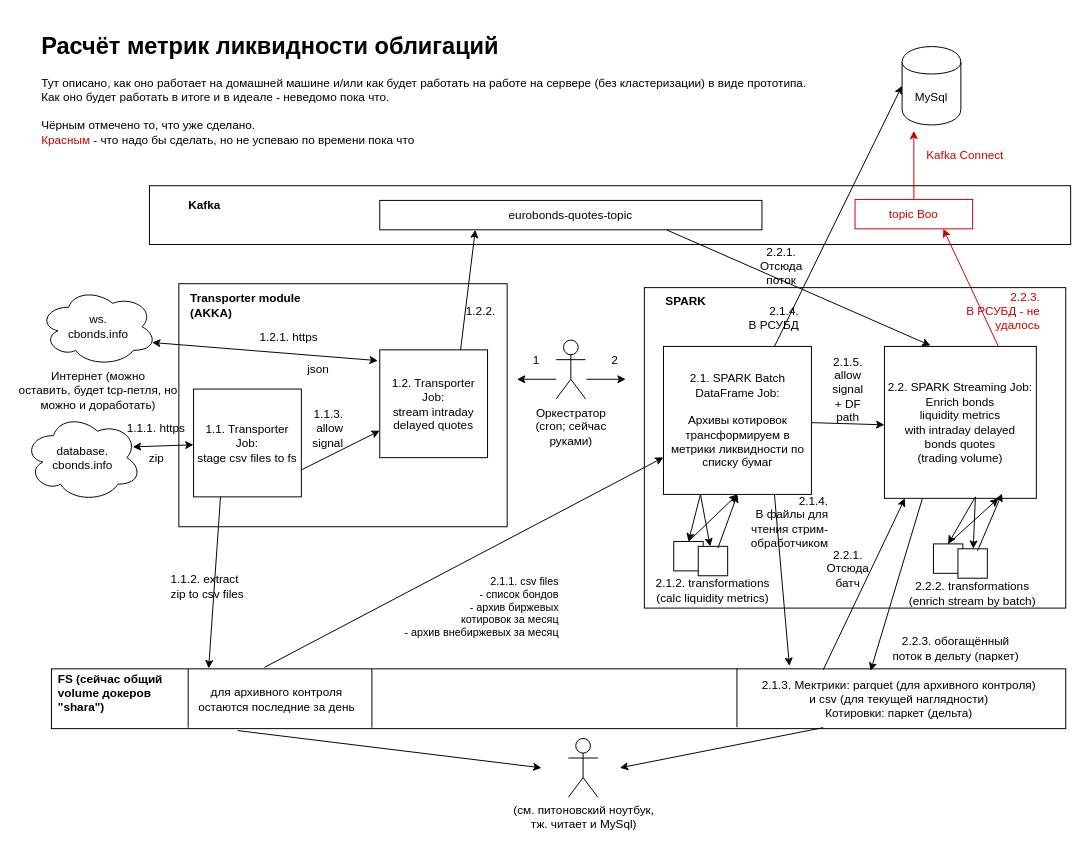
The draw.io diagram arch.drawio in sergei-baranov/eurobonds_liquidity, before the edit. Source tidied: cells renumbered, new cells numbered last; positions are measured from the earlier drawing's top-left corner, leaving out a move shared by most shapes. Both pictures are drawn from the tidied source at 98%, with x=0, y=0 at pixel (16, 26).
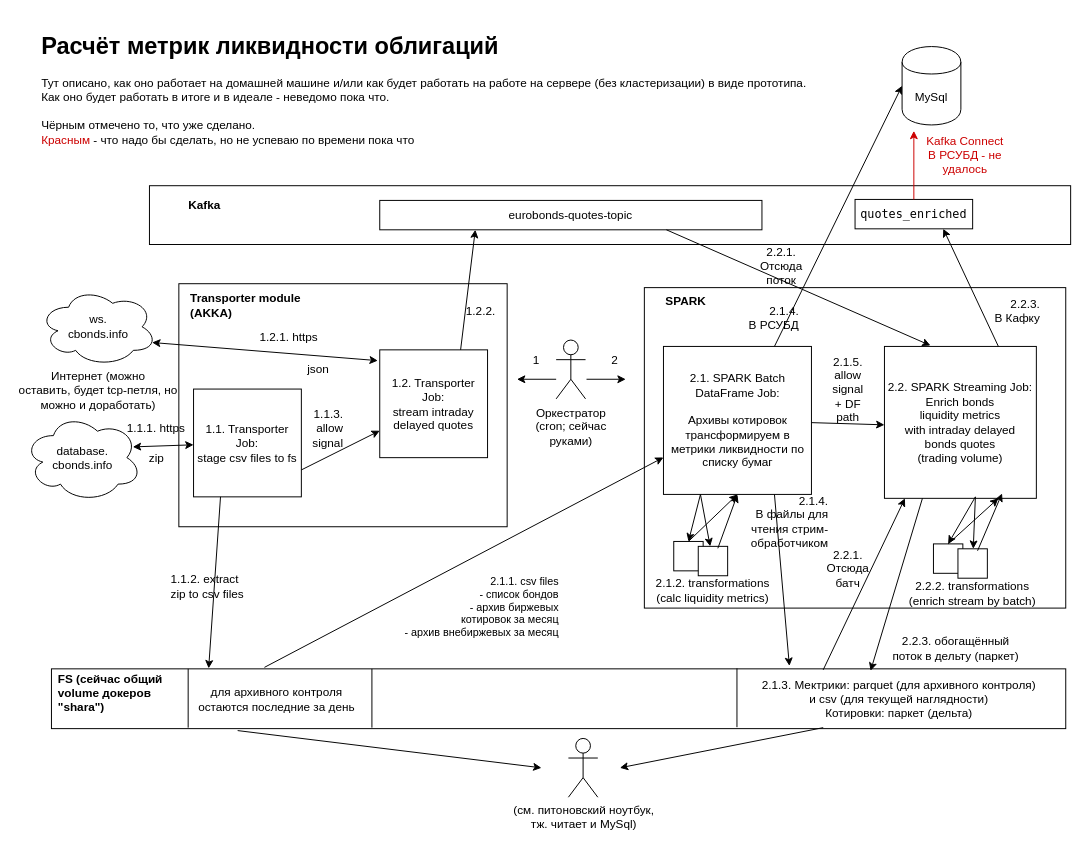
The same page after the edit.

Commit message (it also covers changes not shown here):
Kafka jdbc sink connector с MySql-драйвером запустить не удалось

Unchanged cells that the change refers to:
```xml
<mxCell id="27" value="2.2. SPARK Streaming Job:&lt;br&gt;Enrich bonds&lt;br&gt;liquidity metrics&lt;br&gt;with&amp;nbsp;intraday delayed&lt;br&gt;bonds quotes&lt;br&gt;(trading volume)" style="whiteSpace=wrap;html=1;strokeColor=#000000;" parent="1" vertex="1">
  <mxGeometry x="886" y="326" width="155" height="155" as="geometry" />
</mxCell>
```

Diff of the diagram source:
```diff
@@
-    <mxCell id="44" value="topic Boo" style="rounded=0;whiteSpace=wrap;html=1;strokeColor=#CC0000;fontColor=#CC0000;" parent="1" vertex="1">
+    <mxCell id="44" value="&lt;pre style=&quot;font-family: &amp;quot;dejavu sans mono&amp;quot;;&quot;&gt;&lt;font&gt;quotes_enriched&lt;/font&gt;&lt;/pre&gt;" style="rounded=0;whiteSpace=wrap;html=1;strokeColor=#000000;fontColor=#000000;labelBackgroundColor=none;" parent="1" vertex="1">
       <mxGeometry x="856" y="176" width="120" height="30" as="geometry" />
     </mxCell>
-    <mxCell id="45" style="endArrow=classic;html=1;exitX=0.75;exitY=0;exitDx=0;exitDy=0;entryX=0.75;entryY=1;entryDx=0;entryDy=0;strokeColor=#CC0000;" parent="1" edge="1" source="27" target="44">
+    <mxCell id="45" style="endArrow=classic;html=1;exitX=0.75;exitY=0;exitDx=0;exitDy=0;entryX=0.75;entryY=1;entryDx=0;entryDy=0;strokeColor=#000000;" parent="1" edge="1" source="27" target="44">
       <mxGeometry relative="1" as="geometry" />
     </mxCell>
-    <mxCell id="46" value="2.2.3.&lt;br&gt;В РСУБД - не удалось" style="text;html=1;strokeColor=none;fillColor=none;align=right;verticalAlign=middle;whiteSpace=wrap;rounded=0;fontColor=#CC0000;" parent="1" vertex="1">
+    <mxCell id="46" value="2.2.3.&lt;br&gt;В Кафку" style="text;html=1;strokeColor=none;fillColor=none;align=right;verticalAlign=middle;whiteSpace=wrap;rounded=0;fontColor=#000000;" parent="1" vertex="1">
       <mxGeometry x="964" y="285" width="83" height="10" as="geometry" />
     </mxCell>
@@
-    <mxCell id="50" value="Kafka Connect" style="text;html=1;strokeColor=none;fillColor=none;align=center;verticalAlign=middle;whiteSpace=wrap;rounded=0;fontColor=#CC0000;" parent="1" vertex="1">
+    <mxCell id="50" value="Kafka Connect&lt;br&gt;&lt;span style=&quot;text-align: right&quot;&gt;В РСУБД - не удалось&lt;/span&gt;" style="text;html=1;strokeColor=none;fillColor=none;align=center;verticalAlign=middle;whiteSpace=wrap;rounded=0;fontColor=#CC0000;" parent="1" vertex="1">
       <mxGeometry x="921" y="126" width="95" height="10" as="geometry" />
     </mxCell>
```
